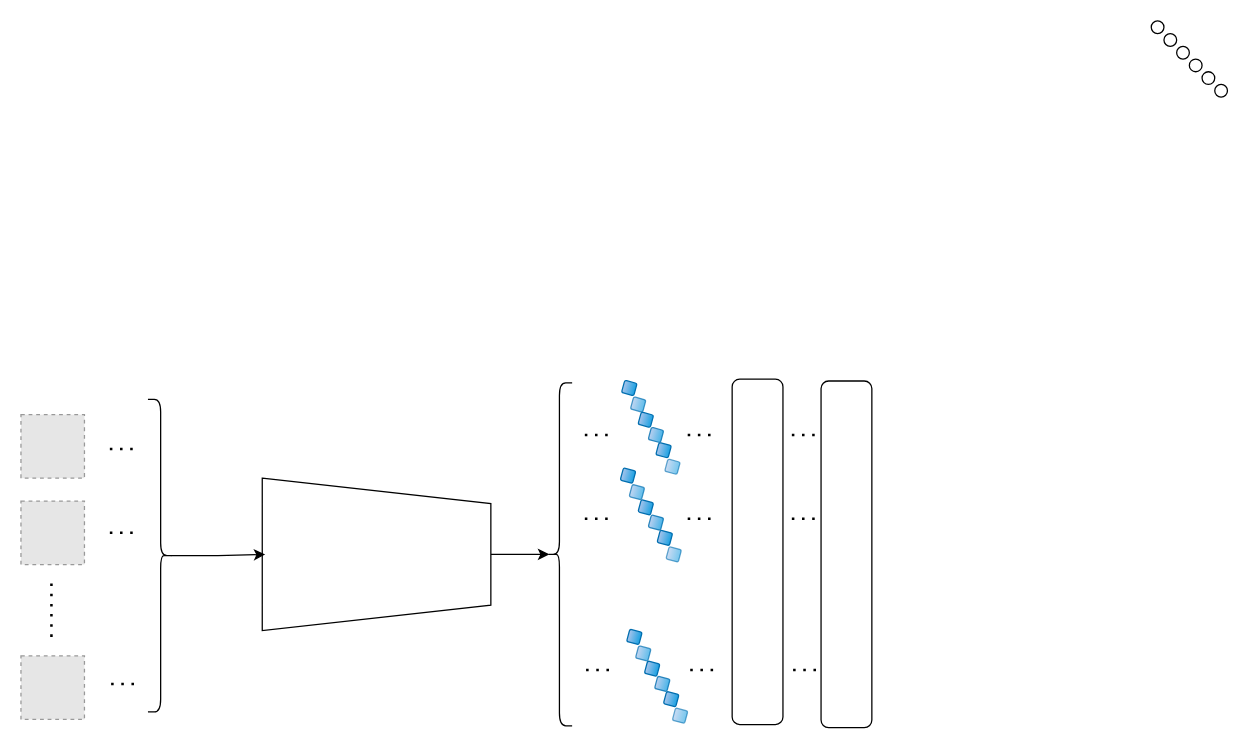
The draw.io diagram python习题/网络结构.drawio in Silvia-man/test-, before the edit. Source tidied: cells renumbered, new cells numbered last; positions are measured from the earlier drawing's top-left corner, leaving out a move shared by most shapes. Both pictures are drawn from the tidied source at 127%, with x=0, y=0 at pixel (20, 20). Pictures stored in the file or linked from it are replaced by grey dashed boxes.
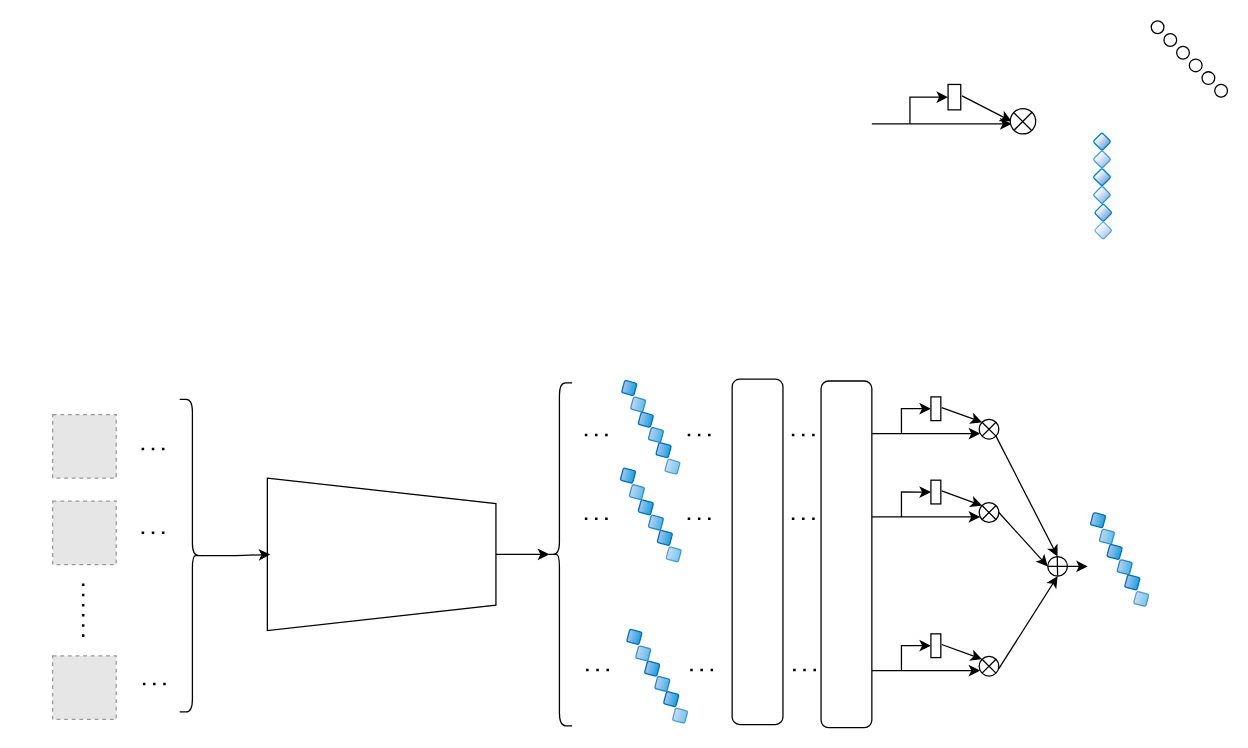
After the change.

Commit message (it also covers changes not shown here):
更新网络结构.drawio

The edit, as a diff of the source:
```diff
@@
     <mxCell id="3" style="shape=trapezoid;perimeter=trapezoidPerimeter;whiteSpace=wrap;html=1;fixedSize=1;direction=south;" parent="1" vertex="1">
-      <mxGeometry x="190" y="360" width="180" height="120" as="geometry" />
+      <mxGeometry x="194" y="360" width="180" height="120" as="geometry" />
     </mxCell>
@@
     <mxCell id="8" style="shape=curlyBracket;whiteSpace=wrap;html=1;rounded=1;flipH=1;labelPosition=right;verticalLabelPosition=middle;align=left;verticalAlign=middle;" parent="1" vertex="1">
-      <mxGeometry x="100" y="298" width="20" height="246" as="geometry" />
+      <mxGeometry x="125" y="298" width="20" height="246" as="geometry" />
     </mxCell>
@@
     <mxCell id="42" style="group;" parent="1" vertex="1">
-      <mxGeometry y="310" width="91" height="240" as="geometry" />
+      <mxGeometry x="25" y="310" width="91" height="240" as="geometry" />
     </mxCell>
@@
+    <mxCell id="50" style="group;" parent="1" vertex="1">
+      <mxGeometry x="670" y="50" width="129" height="39" as="geometry" />
+    </mxCell>
+    <mxCell id="51" style="endArrow=classic;html=1;rounded=0;" parent="50" edge="1">
+      <mxGeometry relative="1" as="geometry">
+        <mxPoint y="31" as="sourcePoint" />
+        <mxPoint x="110" y="31" as="targetPoint" />
+      </mxGeometry>
+    </mxCell>
+    <mxCell id="52" style="endArrow=classic;html=1;rounded=0;entryX=0;entryY=0.5;entryDx=0;entryDy=0;" parent="50" edge="1" target="53">
+      <mxGeometry relative="1" as="geometry">
+        <mxPoint x="30" y="31" as="sourcePoint" />
+        <Array as="points">
+          <mxPoint x="30" y="10" />
+        </Array>
+      </mxGeometry>
+    </mxCell>
+    <mxCell id="53" style="rounded=0;whiteSpace=wrap;html=1;" parent="50" vertex="1">
+      <mxGeometry x="60" width="10" height="20" as="geometry" />
+    </mxCell>
+    <mxCell id="54" style="endArrow=classic;html=1;rounded=0;" parent="50" edge="1">
+      <mxGeometry relative="1" as="geometry">
+        <mxPoint x="71" y="9" as="sourcePoint" />
+        <mxPoint x="110" y="29" as="targetPoint" />
+      </mxGeometry>
+    </mxCell>
+    <mxCell id="55" style="group;" parent="50" vertex="1">
+      <mxGeometry x="109" y="19" width="20" height="20" as="geometry" />
+    </mxCell>
+    <mxCell id="56" style="ellipse;whiteSpace=wrap;html=1;" parent="55" vertex="1">
+      <mxGeometry width="20" height="20" as="geometry" />
+    </mxCell>
+    <mxCell id="57" style="endArrow=none;html=1;rounded=0;exitX=0;exitY=1;exitDx=0;exitDy=0;entryX=1;entryY=0;entryDx=0;entryDy=0;" parent="55" edge="1" source="56" target="56">
+      <mxGeometry relative="1" as="geometry" />
+    </mxCell>
+    <mxCell id="58" style="endArrow=none;html=1;rounded=0;exitX=0;exitY=1;exitDx=0;exitDy=0;entryX=1;entryY=0;entryDx=0;entryDy=0;" parent="55" edge="1">
+      <mxGeometry relative="1" as="geometry">
+        <mxPoint x="17" y="17.5" as="sourcePoint" />
+        <mxPoint x="3" y="3.5" as="targetPoint" />
+      </mxGeometry>
+    </mxCell>
+    <mxCell id="59" style="group;" parent="1" vertex="1">
+      <mxGeometry x="670" y="482.6" width="100" height="36.4" as="geometry" />
+    </mxCell>
+    <mxCell id="60" style="endArrow=classic;html=1;rounded=0;" parent="59" edge="1">
+      <mxGeometry relative="1" as="geometry">
+        <mxPoint y="28.9" as="sourcePoint" />
+        <mxPoint x="85.3" y="28.9" as="targetPoint" />
+      </mxGeometry>
+    </mxCell>
+    <mxCell id="61" style="endArrow=classic;html=1;rounded=0;entryX=0;entryY=0.5;entryDx=0;entryDy=0;" parent="59" edge="1" target="62">
+      <mxGeometry relative="1" as="geometry">
+        <mxPoint x="23.3" y="28.9" as="sourcePoint" />
+        <Array as="points">
+          <mxPoint x="23.3" y="9.3" />
+        </Array>
+      </mxGeometry>
+    </mxCell>
+    <mxCell id="62" style="rounded=0;whiteSpace=wrap;html=1;" parent="59" vertex="1">
+      <mxGeometry x="46.5" width="7.8" height="18.7" as="geometry" />
+    </mxCell>
+    <mxCell id="63" style="endArrow=classic;html=1;rounded=0;entryX=0;entryY=0;entryDx=0;entryDy=0;" parent="59" edge="1" target="65">
+      <mxGeometry relative="1" as="geometry">
+        <mxPoint x="55" y="8.4" as="sourcePoint" />
+      </mxGeometry>
+    </mxCell>
+    <mxCell id="64" style="group;" parent="59" vertex="1">
+      <mxGeometry x="84.5" y="17.7" width="15.5" height="18.7" as="geometry" />
+    </mxCell>
+    <mxCell id="65" style="ellipse;whiteSpace=wrap;html=1;" parent="64" vertex="1">
+      <mxGeometry width="15.5" height="15.5" as="geometry" />
+    </mxCell>
+    <mxCell id="66" style="endArrow=none;html=1;rounded=0;exitX=0;exitY=1;exitDx=0;exitDy=0;entryX=1;entryY=0;entryDx=0;entryDy=0;" parent="64" edge="1" source="65" target="65">
+      <mxGeometry relative="1" as="geometry" />
+    </mxCell>
+    <mxCell id="67" style="endArrow=none;html=1;rounded=0;exitX=1;exitY=1;exitDx=0;exitDy=0;entryX=0;entryY=0;entryDx=0;entryDy=0;" parent="64" edge="1" source="65" target="65">
+      <mxGeometry relative="1" as="geometry" />
+    </mxCell>
+    <mxCell id="68" style="group;" parent="1" vertex="1">
+      <mxGeometry x="670" y="361.6" width="100" height="36.4" as="geometry" />
+    </mxCell>
+    <mxCell id="69" style="endArrow=classic;html=1;rounded=0;" parent="68" edge="1">
+      <mxGeometry relative="1" as="geometry">
+        <mxPoint y="28.9" as="sourcePoint" />
+        <mxPoint x="85.3" y="28.9" as="targetPoint" />
+      </mxGeometry>
+    </mxCell>
+    <mxCell id="70" style="endArrow=classic;html=1;rounded=0;entryX=0;entryY=0.5;entryDx=0;entryDy=0;" parent="68" edge="1" target="71">
+      <mxGeometry relative="1" as="geometry">
+        <mxPoint x="23.3" y="28.9" as="sourcePoint" />
+        <Array as="points">
+          <mxPoint x="23.3" y="9.3" />
+        </Array>
+      </mxGeometry>
+    </mxCell>
+    <mxCell id="71" style="rounded=0;whiteSpace=wrap;html=1;" parent="68" vertex="1">
+      <mxGeometry x="46.5" width="7.8" height="18.7" as="geometry" />
+    </mxCell>
+    <mxCell id="72" style="endArrow=classic;html=1;rounded=0;entryX=0;entryY=0;entryDx=0;entryDy=0;" parent="68" edge="1" target="74">
+      <mxGeometry relative="1" as="geometry">
+        <mxPoint x="55" y="8.4" as="sourcePoint" />
+      </mxGeometry>
+    </mxCell>
+    <mxCell id="73" style="group;" parent="68" vertex="1">
+      <mxGeometry x="84.5" y="17.7" width="15.5" height="18.7" as="geometry" />
+    </mxCell>
+    <mxCell id="74" style="ellipse;whiteSpace=wrap;html=1;" parent="73" vertex="1">
+      <mxGeometry width="15.5" height="15.5" as="geometry" />
+    </mxCell>
+    <mxCell id="75" style="endArrow=none;html=1;rounded=0;exitX=0;exitY=1;exitDx=0;exitDy=0;entryX=1;entryY=0;entryDx=0;entryDy=0;" parent="73" edge="1" source="74" target="74">
+      <mxGeometry relative="1" as="geometry" />
+    </mxCell>
+    <mxCell id="76" style="endArrow=none;html=1;rounded=0;exitX=1;exitY=1;exitDx=0;exitDy=0;entryX=0;entryY=0;entryDx=0;entryDy=0;" parent="73" edge="1" source="74" target="74">
+      <mxGeometry relative="1" as="geometry" />
+    </mxCell>
+    <mxCell id="77" style="group;" parent="1" vertex="1">
+      <mxGeometry x="670" y="296" width="100" height="36.4" as="geometry" />
+    </mxCell>
+    <mxCell id="78" style="endArrow=classic;html=1;rounded=0;" parent="77" edge="1">
+      <mxGeometry relative="1" as="geometry">
+        <mxPoint y="28.9" as="sourcePoint" />
+        <mxPoint x="85.3" y="28.9" as="targetPoint" />
+      </mxGeometry>
+    </mxCell>
+    <mxCell id="79" style="endArrow=classic;html=1;rounded=0;entryX=0;entryY=0.5;entryDx=0;entryDy=0;" parent="77" edge="1" target="80">
+      <mxGeometry relative="1" as="geometry">
+        <mxPoint x="23.3" y="28.9" as="sourcePoint" />
+        <Array as="points">
+          <mxPoint x="23.3" y="9.3" />
+        </Array>
+      </mxGeometry>
+    </mxCell>
+    <mxCell id="80" style="rounded=0;whiteSpace=wrap;html=1;" parent="77" vertex="1">
+      <mxGeometry x="46.5" width="7.8" height="18.7" as="geometry" />
+    </mxCell>
+    <mxCell id="81" style="endArrow=classic;html=1;rounded=0;entryX=0;entryY=0;entryDx=0;entryDy=0;" parent="77" edge="1" target="83">
+      <mxGeometry relative="1" as="geometry">
+        <mxPoint x="55" y="8.4" as="sourcePoint" />
+      </mxGeometry>
+    </mxCell>
+    <mxCell id="82" style="group;" parent="77" vertex="1">
+      <mxGeometry x="84.5" y="17.7" width="15.5" height="18.7" as="geometry" />
+    </mxCell>
+    <mxCell id="83" style="ellipse;whiteSpace=wrap;html=1;" parent="82" vertex="1">
+      <mxGeometry width="15.5" height="15.5" as="geometry" />
+    </mxCell>
+    <mxCell id="84" style="endArrow=none;html=1;rounded=0;exitX=0;exitY=1;exitDx=0;exitDy=0;entryX=1;entryY=0;entryDx=0;entryDy=0;" parent="82" edge="1" source="83" target="83">
+      <mxGeometry relative="1" as="geometry" />
+    </mxCell>
+    <mxCell id="85" style="endArrow=none;html=1;rounded=0;exitX=1;exitY=1;exitDx=0;exitDy=0;entryX=0;entryY=0;entryDx=0;entryDy=0;" parent="82" edge="1" source="83" target="83">
+      <mxGeometry relative="1" as="geometry" />
+    </mxCell>
+    <mxCell id="86" style="group;" parent="1" vertex="1">
+      <mxGeometry x="805.3" y="418.5" width="21.9" height="21.9" as="geometry" />
+    </mxCell>
+    <mxCell id="87" style="edgeStyle=orthogonalEdgeStyle;rounded=0;jettySize=auto;html=1;exitX=0;exitY=1;exitDx=0;exitDy=0;" parent="86" edge="1" source="88">
+      <mxGeometry relative="1" as="geometry">
+        <mxPoint x="34.7" y="11.1" as="targetPoint" />
+      </mxGeometry>
+    </mxCell>
+    <mxCell id="88" style="ellipse;whiteSpace=wrap;html=1;direction=west;rotation=45;" parent="86" vertex="1">
+      <mxGeometry x="3.2" y="3.2" width="15.5" height="15.5" as="geometry" />
+    </mxCell>
+    <mxCell id="89" style="endArrow=none;html=1;rounded=0;exitX=1;exitY=0;exitDx=0;exitDy=0;entryX=0;entryY=1;entryDx=0;entryDy=0;" parent="86" edge="1" source="88" target="88">
+      <mxGeometry relative="1" as="geometry" />
+    </mxCell>
+    <mxCell id="90" style="endArrow=none;html=1;rounded=0;entryX=0;entryY=1;entryDx=0;entryDy=0;exitX=0;exitY=0;exitDx=0;exitDy=0;" parent="86" edge="1" source="88">
+      <mxGeometry relative="1" as="geometry">
+        <mxPoint x="10.7" y="2.8" as="targetPoint" />
+      </mxGeometry>
+    </mxCell>
+    <mxCell id="91" style="endArrow=classic;html=1;rounded=0;exitX=1;exitY=1;exitDx=0;exitDy=0;entryX=1;entryY=1;entryDx=0;entryDy=0;" parent="1" edge="1" source="83" target="88">
+      <mxGeometry relative="1" as="geometry" />
+    </mxCell>
+    <mxCell id="92" style="endArrow=classic;html=1;rounded=0;exitX=1;exitY=0.5;exitDx=0;exitDy=0;entryX=1;entryY=0;entryDx=0;entryDy=0;" parent="1" edge="1" source="74" target="88">
+      <mxGeometry relative="1" as="geometry" />
+    </mxCell>
+    <mxCell id="93" style="endArrow=classic;html=1;rounded=0;entryX=0;entryY=0;entryDx=0;entryDy=0;" parent="1" edge="1" target="88">
+      <mxGeometry relative="1" as="geometry">
+        <mxPoint x="770" y="510" as="sourcePoint" />
+      </mxGeometry>
+    </mxCell>
+    <mxCell id="94" style="rounded=1;whiteSpace=wrap;html=1;fillColor=default;fontColor=#ffffff;strokeColor=#0080c0;gradientColor=#7EA6E0;gradientDirection=east;rotation=45;" parent="1" vertex="1">
+      <mxGeometry x="846.2" y="90" width="10" height="10" as="geometry" />
+    </mxCell>
+    <mxCell id="95" style="rounded=1;whiteSpace=wrap;html=1;fillColor=default;fontColor=#ffffff;strokeColor=#0080c0;gradientColor=#7EA6E0;gradientDirection=east;opacity=70;strokeWidth=1;rotation=45;" parent="1" vertex="1">
+      <mxGeometry x="846.2" y="104" width="10" height="10" as="geometry" />
+    </mxCell>
+    <mxCell id="96" style="rounded=1;whiteSpace=wrap;html=1;fillColor=default;fontColor=#ffffff;strokeColor=#0080c0;gradientColor=#7EA6E0;gradientDirection=east;rotation=45;" parent="1" vertex="1">
+      <mxGeometry x="846.2" y="118" width="10" height="10" as="geometry" />
+    </mxCell>
+    <mxCell id="97" style="rounded=1;whiteSpace=wrap;html=1;fillColor=default;fontColor=#ffffff;strokeColor=#0080c0;gradientColor=#7EA6E0;gradientDirection=east;opacity=80;rotation=45;" parent="1" vertex="1">
+      <mxGeometry x="846.2" y="132" width="10" height="10" as="geometry" />
+    </mxCell>
+    <mxCell id="98" style="rounded=1;whiteSpace=wrap;html=1;fillColor=default;fontColor=#ffffff;strokeColor=#0080c0;gradientColor=#7EA6E0;gradientDirection=east;rotation=45;" parent="1" vertex="1">
+      <mxGeometry x="847.2" y="146" width="10" height="10" as="geometry" />
+    </mxCell>
+    <mxCell id="99" style="rounded=1;whiteSpace=wrap;html=1;fillColor=default;fontColor=#ffffff;strokeColor=#0080c0;gradientColor=#7EA6E0;gradientDirection=east;opacity=60;rotation=45;" parent="1" vertex="1">
+      <mxGeometry x="847.2" y="160" width="10" height="10" as="geometry" />
+    </mxCell>
+    <mxCell id="100" style="group;" parent="1" vertex="1">
+      <mxGeometry x="842" y="387" width="46.2" height="74.2" as="geometry" />
+    </mxCell>
+    <mxCell id="101" style="rounded=1;whiteSpace=wrap;html=1;fillColor=#1ba1e2;fontColor=#ffffff;strokeColor=#006EAF;gradientColor=#A9C4EB;gradientDirection=west;rotation=15;" parent="100" vertex="1">
+      <mxGeometry x="1.1" y="1.1" width="10" height="10" as="geometry" />
+    </mxCell>
+    <mxCell id="102" style="rounded=1;whiteSpace=wrap;html=1;fillColor=#1ba1e2;fontColor=#ffffff;strokeColor=#006EAF;gradientColor=#A9C4EB;gradientDirection=west;opacity=70;strokeWidth=1;rotation=15;" parent="100" vertex="1">
+      <mxGeometry x="8.1" y="14.1" width="10" height="10" as="geometry" />
+    </mxCell>
+    <mxCell id="103" style="rounded=1;whiteSpace=wrap;html=1;fillColor=#1ba1e2;fontColor=#ffffff;strokeColor=#006EAF;gradientColor=#A9C4EB;gradientDirection=west;rotation=15;" parent="100" vertex="1">
+      <mxGeometry x="14.1" y="26.1" width="10" height="10" as="geometry" />
+    </mxCell>
+    <mxCell id="104" style="rounded=1;whiteSpace=wrap;html=1;fillColor=#1ba1e2;fontColor=#ffffff;strokeColor=#006EAF;gradientColor=#A9C4EB;gradientDirection=west;opacity=80;rotation=15;" parent="100" vertex="1">
+      <mxGeometry x="22.1" y="38.1" width="10" height="10" as="geometry" />
+    </mxCell>
+    <mxCell id="105" style="rounded=1;whiteSpace=wrap;html=1;fillColor=#1ba1e2;fontColor=#ffffff;strokeColor=#006EAF;gradientColor=#A9C4EB;gradientDirection=west;rotation=15;" parent="100" vertex="1">
+      <mxGeometry x="28.1" y="50.1" width="10" height="10" as="geometry" />
+    </mxCell>
+    <mxCell id="106" style="rounded=1;whiteSpace=wrap;html=1;fillColor=#1ba1e2;fontColor=#ffffff;strokeColor=#006EAF;gradientColor=#A9C4EB;gradientDirection=west;opacity=60;rotation=15;" parent="100" vertex="1">
+      <mxGeometry x="35.1" y="63.1" width="10" height="10" as="geometry" />
+    </mxCell>
```
